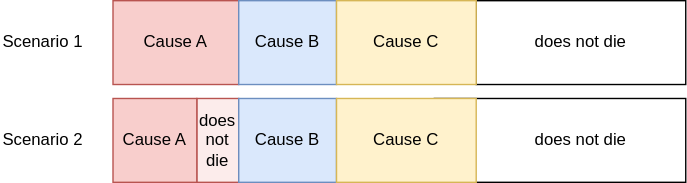
This is docs/source/model_design/vivarium_features/cause_of_death_selection/cod_solution_diagram.drawio.svg from ihmeuw/vivarium_research, a draw.io export, as it was before one commit. Source tidied: cells renumbered, new cells last; positions are measured from the earlier drawing's top-left corner, leaving out a move shared by most shapes.
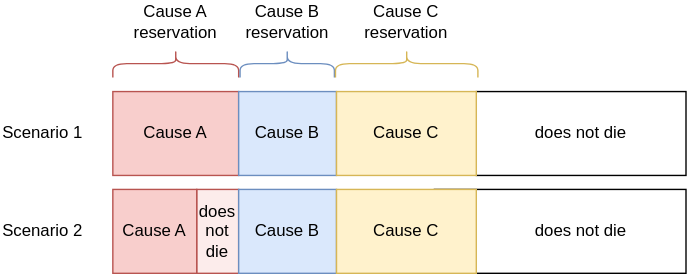
The same diagram one commit later.

Diff of the diagram source:
```diff
@@ -41,5 +41,23 @@
     <mxCell id="14" value="does not die" style="text;html=1;align=center;verticalAlign=middle;whiteSpace=wrap;rounded=0;" parent="1" vertex="1">
       <mxGeometry x="375" y="85" width="80" height="30" as="geometry" />
     </mxCell>
+    <mxCell id="15" style="shape=curlyBracket;whiteSpace=wrap;html=1;rounded=1;labelPosition=left;verticalLabelPosition=middle;align=right;verticalAlign=middle;rotation=90;fillColor=#f8cecc;strokeColor=#b85450;size=0.5;" parent="1" vertex="1">
+      <mxGeometry x="115" y="-65" width="20" height="90" as="geometry" />
+    </mxCell>
+    <mxCell id="16" value="Cause A reservation" style="text;html=1;align=center;verticalAlign=middle;whiteSpace=wrap;rounded=0;" parent="1" vertex="1">
+      <mxGeometry x="95" y="-65" width="60" height="30" as="geometry" />
+    </mxCell>
+    <mxCell id="17" style="shape=curlyBracket;whiteSpace=wrap;html=1;rounded=1;labelPosition=left;verticalLabelPosition=middle;align=right;verticalAlign=middle;rotation=90;fillColor=#dae8fc;strokeColor=#6c8ebf;size=0.5;" parent="1" vertex="1">
+      <mxGeometry x="194.8" y="-53.8" width="20" height="67.5" as="geometry" />
+    </mxCell>
+    <mxCell id="18" value="Cause B reservation" style="text;html=1;align=center;verticalAlign=middle;whiteSpace=wrap;rounded=0;" parent="1" vertex="1">
+      <mxGeometry x="174.8" y="-65" width="60" height="30" as="geometry" />
+    </mxCell>
+    <mxCell id="19" style="shape=curlyBracket;whiteSpace=wrap;html=1;rounded=1;labelPosition=left;verticalLabelPosition=middle;align=right;verticalAlign=middle;rotation=90;fillColor=#fff2cc;strokeColor=#d6b656;size=0.5;" parent="1" vertex="1">
+      <mxGeometry x="280.2" y="-70.9" width="20" height="101.9" as="geometry" />
+    </mxCell>
+    <mxCell id="20" value="Cause C reservation" style="text;html=1;align=center;verticalAlign=middle;whiteSpace=wrap;rounded=0;" parent="1" vertex="1">
+      <mxGeometry x="260" y="-65" width="60" height="30" as="geometry" />
+    </mxCell>
   </root>
 </mxGraphModel>
```
